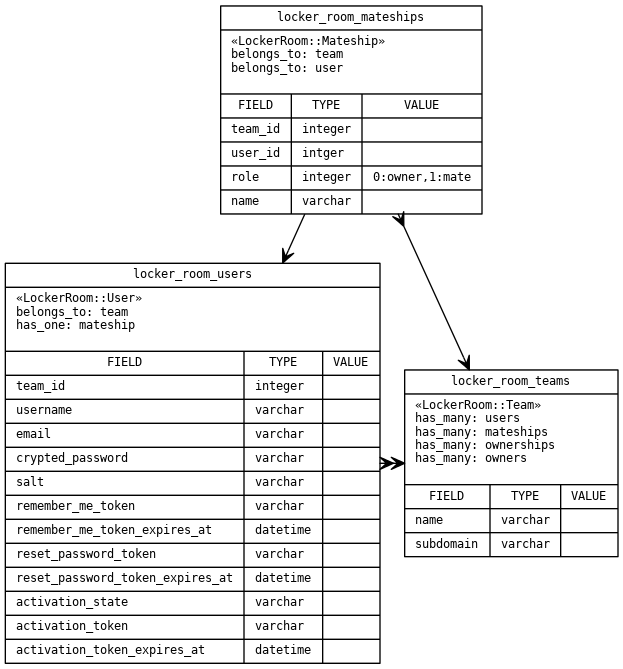
Above: doc/er.png in grauwoelfchen/locker_room (Graphviz), before the change. Its source is kept beside it as doc/er.dot.
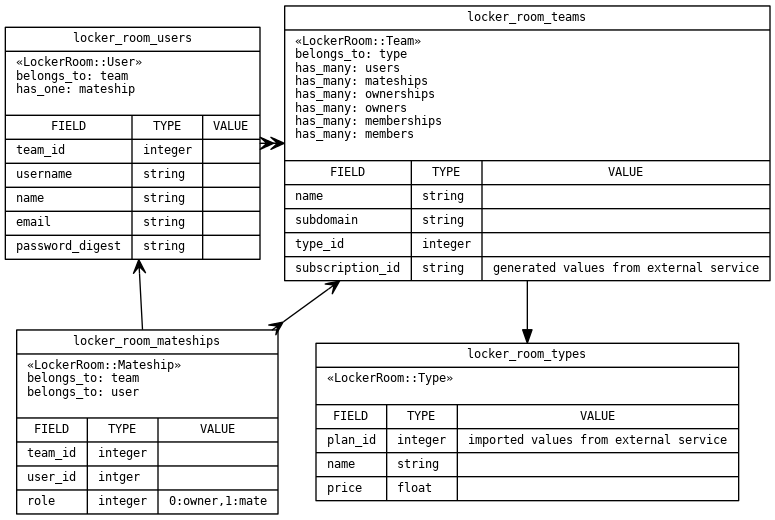
The same diagram one commit later.

Change to the diagram source:
```diff
@@ -19,26 +19,34 @@
   ]
 
   Team [
-    label = "{locker_room_teams|\«LockerRoom::Team\»\lhas_many: users\lhas_many: mateships\lhas_many: ownerships\lhas_many: owners\l\n|{ \
-      {FIELD|name\l|subdomain\l}| \
-      {TYPE|varchar\l|varchar\l}| \
-      {VALUE|\r|\r} \
+    label = "{locker_room_teams|\«LockerRoom::Team\»\lbelongs_to: type\lhas_many: users\lhas_many: mateships\lhas_many: ownerships\lhas_many: owners\lhas_many: memberships\lhas_many: members\l\n|{ \
+      {FIELD|name\l|subdomain\l|type_id\l|subscription_id\l}| \
+      {TYPE|string\l|string\l|integer\l|string\l}| \
+      {VALUE|\r|\r|\r|generated values from external service\r} \
     }}"
   ]
 
   User [
     label = "{locker_room_users|\«LockerRoom::User\»\lbelongs_to: team\lhas_one: mateship\l\n|{ \
-      {FIELD|team_id\l|username\l|email\l|crypted_password\l|salt\l|remember_me_token\l|remember_me_token_expires_at\l|reset_password_token\l|reset_password_token_expires_at\l|activation_state\l|activation_token\l|activation_token_expires_at\l}| \
-      {TYPE|integer\l|varchar\l|varchar\l|varchar\l|varchar\l|varchar\l|datetime\l|varchar\l|datetime\l|varchar\l|varchar\l|datetime\l}| \
-      {VALUE|\r|\r|\r|\r|\r|\r|\r|\r|\r|\r|\r|\r} \
+      {FIELD|team_id\l|username\l|name\l|email\l|password_digest\l}| \
+      {TYPE|integer\l|string\l|string\l|string\l|string\l}| \
+      {VALUE|\r|\r|\r|\r|\r} \
     }}"
   ]
 
   Mateship [
     label = "{locker_room_mateships|\«LockerRoom::Mateship\»\lbelongs_to: team\lbelongs_to: user\l\n|{ \
-      {FIELD|team_id\l|user_id\l|role\l|name\l}| \
-      {TYPE|integer\l|intger\l|integer\l|varchar\l}| \
-      {VALUE|\r|\r|0:owner,1:mate\r|\r} \
+      {FIELD|team_id\l|user_id\l|role\l}| \
+      {TYPE|integer\l|intger\l|integer\l}| \
+      {VALUE|\r|\r|0:owner,1:mate\r} \
+    }}"
+  ]
+
+  Type [
+    label = "{locker_room_types|\«LockerRoom::Type\»\l\n|{ \
+      {FIELD|plan_id\l|name\l|price\l}| \
+      {TYPE|integer\l|string\l|float\l}| \
+      {VALUE|imported values from external service\r|\r|\r} \
     }}"
   ]
 
@@ -74,6 +82,17 @@
 
   Mateship -> User
 
+
+  edge [ // belongs_to
+    arrowhead = normal
+    arrowtail = none
+    headlabel = ""
+    taillabel = ""
+    dir       = both
+  ]
+
+  Team -> Type
+
   edge [ // has_and_belongs_to_many
     arrowhead = crow
     arrowtail = vee
@@ -88,6 +107,6 @@
    *
    */
 
-  {rank=same; Mateship;};
+  {rank=same; Mateship;Type;};
   {rank=same; User;Team;};
 }
```
